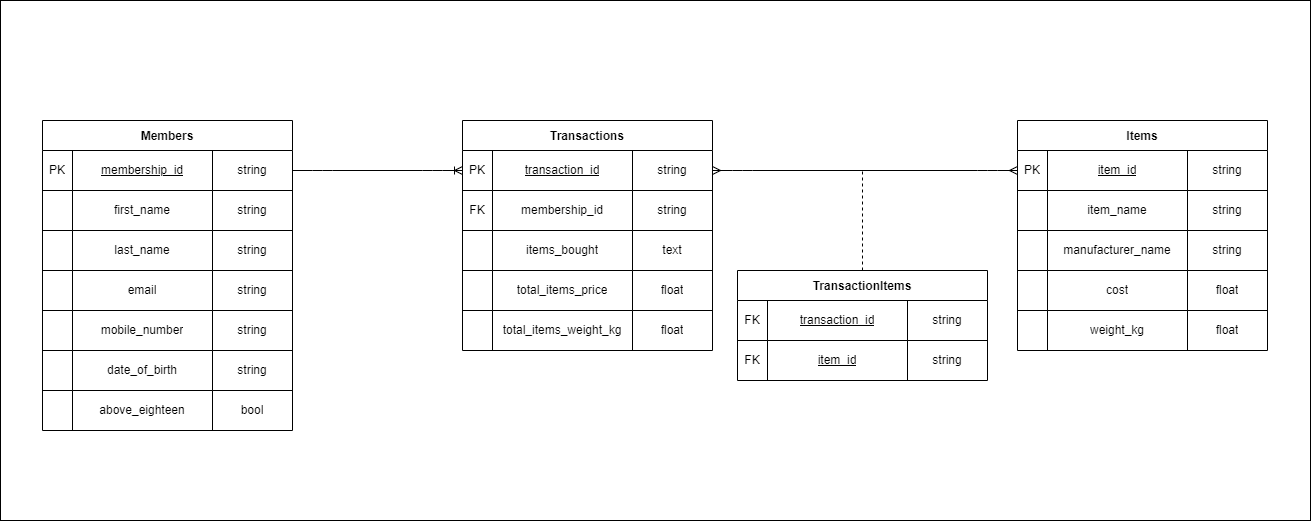
Earlier version of the draw.io export part-2-databases/entity-relationship.png (nixsterchan/govtech-data-engineer-challenge-2023). Source tidied: cells renumbered, new cells last; positions are measured from the earlier drawing's top-left corner, leaving out a move shared by most shapes.
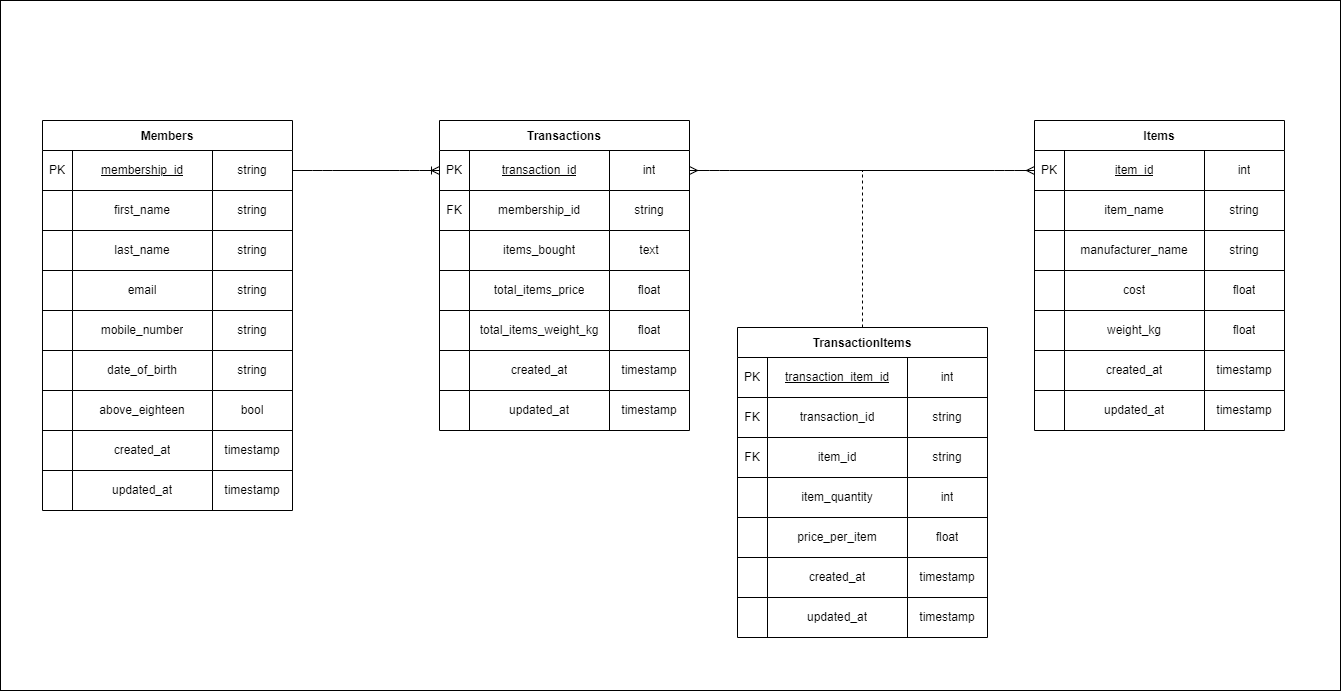
After the commit.

Commit message:
Added in some new fields for TransactionItems table into the architecture diagram.

Diff of the diagram source:
```diff
@@ -3,10 +3,10 @@
     <mxCell id="0" />
     <mxCell id="1" parent="0" />
     <mxCell id="2" style="rounded=0;whiteSpace=wrap;html=1;labelBackgroundColor=#FFFFFF;" parent="1" vertex="1">
-      <mxGeometry width="1310" height="520" as="geometry" />
+      <mxGeometry width="1340" height="690" as="geometry" />
     </mxCell>
     <mxCell id="3" value="Members" style="shape=table;startSize=30;fontStyle=1;align=center;" parent="1" vertex="1">
-      <mxGeometry x="42" y="120" width="250" height="310" as="geometry" />
+      <mxGeometry x="42" y="120" width="250" height="390" as="geometry" />
     </mxCell>
     <mxCell id="4" style="shape=tableRow;horizontal=0;startSize=0;swimlaneHead=0;swimlaneBody=0;top=0;left=0;bottom=0;right=0;fillColor=none;points=[[0,0.5],[1,0.5]];portConstraint=eastwest;" parent="3" vertex="1">
       <mxGeometry y="30" width="250" height="40" as="geometry" />
@@ -92,8 +92,32 @@
     <mxCell id="31" value="bool" style="shape=partialRectangle;html=1;whiteSpace=wrap;fillColor=none;top=0;left=0;bottom=0;right=0;overflow=hidden;" parent="28" vertex="1">
       <mxGeometry x="170" width="80" height="40" as="geometry" />
     </mxCell>
+    <mxCell id="86" style="shape=tableRow;horizontal=0;startSize=0;swimlaneHead=0;swimlaneBody=0;top=0;left=0;bottom=0;right=0;fillColor=none;" parent="3" vertex="1">
+      <mxGeometry y="310" width="250" height="40" as="geometry" />
+    </mxCell>
+    <mxCell id="87" style="shape=partialRectangle;html=1;whiteSpace=wrap;fillColor=none;top=0;left=0;bottom=0;right=0;overflow=hidden;" parent="86" vertex="1">
+      <mxGeometry width="30" height="40" as="geometry" />
+    </mxCell>
+    <mxCell id="88" value="created_at" style="shape=partialRectangle;html=1;whiteSpace=wrap;fillColor=none;top=0;left=0;bottom=0;right=0;overflow=hidden;" parent="86" vertex="1">
+      <mxGeometry x="30" width="140" height="40" as="geometry" />
+    </mxCell>
+    <mxCell id="89" value="timestamp" style="shape=partialRectangle;html=1;whiteSpace=wrap;fillColor=none;top=0;left=0;bottom=0;right=0;overflow=hidden;" parent="86" vertex="1">
+      <mxGeometry x="170" width="80" height="40" as="geometry" />
+    </mxCell>
+    <mxCell id="90" style="shape=tableRow;horizontal=0;startSize=0;swimlaneHead=0;swimlaneBody=0;top=0;left=0;bottom=0;right=0;fillColor=none;" parent="3" vertex="1">
+      <mxGeometry y="350" width="250" height="40" as="geometry" />
+    </mxCell>
+    <mxCell id="91" style="shape=partialRectangle;html=1;whiteSpace=wrap;fillColor=none;top=0;left=0;bottom=0;right=0;overflow=hidden;" parent="90" vertex="1">
+      <mxGeometry width="30" height="40" as="geometry" />
+    </mxCell>
+    <mxCell id="92" value="updated_at" style="shape=partialRectangle;html=1;whiteSpace=wrap;fillColor=none;top=0;left=0;bottom=0;right=0;overflow=hidden;" parent="90" vertex="1">
+      <mxGeometry x="30" width="140" height="40" as="geometry" />
+    </mxCell>
+    <mxCell id="93" value="timestamp" style="shape=partialRectangle;html=1;whiteSpace=wrap;fillColor=none;top=0;left=0;bottom=0;right=0;overflow=hidden;" parent="90" vertex="1">
+      <mxGeometry x="170" width="80" height="40" as="geometry" />
+    </mxCell>
     <mxCell id="32" value="Items" style="shape=table;startSize=30;fontStyle=1;align=center;" parent="1" vertex="1">
-      <mxGeometry x="1017" y="120" width="250" height="230" as="geometry" />
+      <mxGeometry x="1034" y="120" width="250" height="310" as="geometry" />
     </mxCell>
     <mxCell id="33" style="shape=tableRow;horizontal=0;startSize=0;swimlaneHead=0;swimlaneBody=0;top=0;left=0;bottom=0;right=0;fillColor=none;points=[[0,0.5],[1,0.5]];portConstraint=eastwest;" parent="32" vertex="1">
       <mxGeometry y="30" width="250" height="40" as="geometry" />
@@ -104,7 +128,7 @@
     <mxCell id="35" value="&lt;u&gt;item_id&lt;/u&gt;" style="shape=partialRectangle;html=1;whiteSpace=wrap;fillColor=none;top=0;left=0;bottom=0;right=0;overflow=hidden;" parent="33" vertex="1">
       <mxGeometry x="30" width="140" height="40" as="geometry" />
     </mxCell>
-    <mxCell id="36" value="string" style="shape=partialRectangle;html=1;whiteSpace=wrap;fillColor=none;top=0;left=0;bottom=0;right=0;overflow=hidden;" parent="33" vertex="1">
+    <mxCell id="36" value="int" style="shape=partialRectangle;html=1;whiteSpace=wrap;fillColor=none;top=0;left=0;bottom=0;right=0;overflow=hidden;" parent="33" vertex="1">
       <mxGeometry x="170" width="80" height="40" as="geometry" />
     </mxCell>
     <mxCell id="37" style="shape=tableRow;horizontal=0;startSize=0;swimlaneHead=0;swimlaneBody=0;top=0;left=0;bottom=0;right=0;fillColor=none;" parent="32" vertex="1">
@@ -155,8 +179,32 @@
     <mxCell id="52" value="float" style="shape=partialRectangle;html=1;whiteSpace=wrap;fillColor=none;top=0;left=0;bottom=0;right=0;overflow=hidden;" parent="49" vertex="1">
       <mxGeometry x="170" width="80" height="40" as="geometry" />
     </mxCell>
+    <mxCell id="94" style="shape=tableRow;horizontal=0;startSize=0;swimlaneHead=0;swimlaneBody=0;top=0;left=0;bottom=0;right=0;fillColor=none;" parent="32" vertex="1">
+      <mxGeometry y="230" width="250" height="40" as="geometry" />
+    </mxCell>
+    <mxCell id="95" style="shape=partialRectangle;html=1;whiteSpace=wrap;fillColor=none;top=0;left=0;bottom=0;right=0;overflow=hidden;" parent="94" vertex="1">
+      <mxGeometry width="30" height="40" as="geometry" />
+    </mxCell>
+    <mxCell id="96" value="created_at" style="shape=partialRectangle;html=1;whiteSpace=wrap;fillColor=none;top=0;left=0;bottom=0;right=0;overflow=hidden;" parent="94" vertex="1">
+      <mxGeometry x="30" width="140" height="40" as="geometry" />
+    </mxCell>
+    <mxCell id="97" value="timestamp" style="shape=partialRectangle;html=1;whiteSpace=wrap;fillColor=none;top=0;left=0;bottom=0;right=0;overflow=hidden;" parent="94" vertex="1">
+      <mxGeometry x="170" width="80" height="40" as="geometry" />
+    </mxCell>
+    <mxCell id="98" style="shape=tableRow;horizontal=0;startSize=0;swimlaneHead=0;swimlaneBody=0;top=0;left=0;bottom=0;right=0;fillColor=none;" parent="32" vertex="1">
+      <mxGeometry y="270" width="250" height="40" as="geometry" />
+    </mxCell>
+    <mxCell id="99" style="shape=partialRectangle;html=1;whiteSpace=wrap;fillColor=none;top=0;left=0;bottom=0;right=0;overflow=hidden;" parent="98" vertex="1">
+      <mxGeometry width="30" height="40" as="geometry" />
+    </mxCell>
+    <mxCell id="100" value="updated_at" style="shape=partialRectangle;html=1;whiteSpace=wrap;fillColor=none;top=0;left=0;bottom=0;right=0;overflow=hidden;" parent="98" vertex="1">
+      <mxGeometry x="30" width="140" height="40" as="geometry" />
+    </mxCell>
+    <mxCell id="101" value="timestamp" style="shape=partialRectangle;html=1;whiteSpace=wrap;fillColor=none;top=0;left=0;bottom=0;right=0;overflow=hidden;" parent="98" vertex="1">
+      <mxGeometry x="170" width="80" height="40" as="geometry" />
+    </mxCell>
     <mxCell id="53" value="Transactions" style="shape=table;startSize=30;fontStyle=1;align=center;" parent="1" vertex="1">
-      <mxGeometry x="462" y="120" width="250" height="230" as="geometry" />
+      <mxGeometry x="439" y="120" width="250" height="310" as="geometry" />
     </mxCell>
     <mxCell id="54" style="shape=tableRow;horizontal=0;startSize=0;swimlaneHead=0;swimlaneBody=0;top=0;left=0;bottom=0;right=0;fillColor=none;points=[[0,0.5],[1,0.5]];portConstraint=eastwest;" parent="53" vertex="1">
       <mxGeometry y="30" width="250" height="40" as="geometry" />
@@ -167,7 +215,7 @@
     <mxCell id="56" value="&lt;u&gt;transaction_id&lt;/u&gt;" style="shape=partialRectangle;html=1;whiteSpace=wrap;fillColor=none;top=0;left=0;bottom=0;right=0;overflow=hidden;" parent="54" vertex="1">
       <mxGeometry x="30" width="140" height="40" as="geometry" />
     </mxCell>
-    <mxCell id="57" value="string" style="shape=partialRectangle;html=1;whiteSpace=wrap;fillColor=none;top=0;left=0;bottom=0;right=0;overflow=hidden;" parent="54" vertex="1">
+    <mxCell id="57" value="int" style="shape=partialRectangle;html=1;whiteSpace=wrap;fillColor=none;top=0;left=0;bottom=0;right=0;overflow=hidden;" parent="54" vertex="1">
       <mxGeometry x="170" width="80" height="40" as="geometry" />
     </mxCell>
     <mxCell id="58" style="shape=tableRow;horizontal=0;startSize=0;swimlaneHead=0;swimlaneBody=0;top=0;left=0;bottom=0;right=0;fillColor=none;" parent="53" vertex="1">
@@ -218,19 +266,43 @@
     <mxCell id="73" value="float" style="shape=partialRectangle;html=1;whiteSpace=wrap;fillColor=none;top=0;left=0;bottom=0;right=0;overflow=hidden;" parent="70" vertex="1">
       <mxGeometry x="170" width="80" height="40" as="geometry" />
     </mxCell>
+    <mxCell id="102" style="shape=tableRow;horizontal=0;startSize=0;swimlaneHead=0;swimlaneBody=0;top=0;left=0;bottom=0;right=0;fillColor=none;" parent="53" vertex="1">
+      <mxGeometry y="230" width="250" height="40" as="geometry" />
+    </mxCell>
+    <mxCell id="103" style="shape=partialRectangle;html=1;whiteSpace=wrap;fillColor=none;top=0;left=0;bottom=0;right=0;overflow=hidden;" parent="102" vertex="1">
+      <mxGeometry width="30" height="40" as="geometry" />
+    </mxCell>
+    <mxCell id="104" value="created_at" style="shape=partialRectangle;html=1;whiteSpace=wrap;fillColor=none;top=0;left=0;bottom=0;right=0;overflow=hidden;" parent="102" vertex="1">
+      <mxGeometry x="30" width="140" height="40" as="geometry" />
+    </mxCell>
+    <mxCell id="105" value="timestamp" style="shape=partialRectangle;html=1;whiteSpace=wrap;fillColor=none;top=0;left=0;bottom=0;right=0;overflow=hidden;" parent="102" vertex="1">
+      <mxGeometry x="170" width="80" height="40" as="geometry" />
+    </mxCell>
+    <mxCell id="106" style="shape=tableRow;horizontal=0;startSize=0;swimlaneHead=0;swimlaneBody=0;top=0;left=0;bottom=0;right=0;fillColor=none;" parent="53" vertex="1">
+      <mxGeometry y="270" width="250" height="40" as="geometry" />
+    </mxCell>
+    <mxCell id="107" style="shape=partialRectangle;html=1;whiteSpace=wrap;fillColor=none;top=0;left=0;bottom=0;right=0;overflow=hidden;" parent="106" vertex="1">
+      <mxGeometry width="30" height="40" as="geometry" />
+    </mxCell>
+    <mxCell id="108" value="updated_at" style="shape=partialRectangle;html=1;whiteSpace=wrap;fillColor=none;top=0;left=0;bottom=0;right=0;overflow=hidden;" parent="106" vertex="1">
+      <mxGeometry x="30" width="140" height="40" as="geometry" />
+    </mxCell>
+    <mxCell id="109" value="timestamp" style="shape=partialRectangle;html=1;whiteSpace=wrap;fillColor=none;top=0;left=0;bottom=0;right=0;overflow=hidden;" parent="106" vertex="1">
+      <mxGeometry x="170" width="80" height="40" as="geometry" />
+    </mxCell>
     <mxCell id="74" value="TransactionItems" style="shape=table;startSize=30;fontStyle=1;align=center;" parent="1" vertex="1">
-      <mxGeometry x="737" y="270" width="250" height="110" as="geometry" />
+      <mxGeometry x="737" y="327" width="250" height="310" as="geometry" />
     </mxCell>
     <mxCell id="75" style="shape=tableRow;horizontal=0;startSize=0;swimlaneHead=0;swimlaneBody=0;top=0;left=0;bottom=0;right=0;fillColor=none;" parent="74" vertex="1">
       <mxGeometry y="30" width="250" height="40" as="geometry" />
     </mxCell>
-    <mxCell id="76" value="FK" style="shape=partialRectangle;html=1;whiteSpace=wrap;fillColor=none;top=0;left=0;bottom=0;right=0;overflow=hidden;" parent="75" vertex="1">
+    <mxCell id="76" value="PK" style="shape=partialRectangle;html=1;whiteSpace=wrap;fillColor=none;top=0;left=0;bottom=0;right=0;overflow=hidden;" parent="75" vertex="1">
       <mxGeometry width="30" height="40" as="geometry" />
     </mxCell>
-    <mxCell id="77" value="&lt;u&gt;transaction_id&lt;/u&gt;" style="shape=partialRectangle;html=1;whiteSpace=wrap;fillColor=none;top=0;left=0;bottom=0;right=0;overflow=hidden;" parent="75" vertex="1">
+    <mxCell id="77" value="&lt;u&gt;transaction_item_id&lt;/u&gt;" style="shape=partialRectangle;html=1;whiteSpace=wrap;fillColor=none;top=0;left=0;bottom=0;right=0;overflow=hidden;" parent="75" vertex="1">
       <mxGeometry x="30" width="140" height="40" as="geometry" />
     </mxCell>
-    <mxCell id="78" value="string" style="shape=partialRectangle;html=1;whiteSpace=wrap;fillColor=none;top=0;left=0;bottom=0;right=0;overflow=hidden;" parent="75" vertex="1">
+    <mxCell id="78" value="int" style="shape=partialRectangle;html=1;whiteSpace=wrap;fillColor=none;top=0;left=0;bottom=0;right=0;overflow=hidden;" parent="75" vertex="1">
       <mxGeometry x="170" width="80" height="40" as="geometry" />
     </mxCell>
     <mxCell id="79" style="shape=tableRow;horizontal=0;startSize=0;swimlaneHead=0;swimlaneBody=0;top=0;left=0;bottom=0;right=0;fillColor=none;" parent="74" vertex="1">
@@ -239,12 +311,72 @@
     <mxCell id="80" value="FK" style="shape=partialRectangle;html=1;whiteSpace=wrap;fillColor=none;top=0;left=0;bottom=0;right=0;overflow=hidden;" parent="79" vertex="1">
       <mxGeometry width="30" height="40" as="geometry" />
     </mxCell>
-    <mxCell id="81" value="&lt;u&gt;item_id&lt;/u&gt;" style="shape=partialRectangle;html=1;whiteSpace=wrap;fillColor=none;top=0;left=0;bottom=0;right=0;overflow=hidden;" parent="79" vertex="1">
+    <mxCell id="81" value="transaction_id" style="shape=partialRectangle;html=1;whiteSpace=wrap;fillColor=none;top=0;left=0;bottom=0;right=0;overflow=hidden;" parent="79" vertex="1">
       <mxGeometry x="30" width="140" height="40" as="geometry" />
     </mxCell>
     <mxCell id="82" value="string" style="shape=partialRectangle;html=1;whiteSpace=wrap;fillColor=none;top=0;left=0;bottom=0;right=0;overflow=hidden;" parent="79" vertex="1">
       <mxGeometry x="170" width="80" height="40" as="geometry" />
     </mxCell>
+    <mxCell id="110" style="shape=tableRow;horizontal=0;startSize=0;swimlaneHead=0;swimlaneBody=0;top=0;left=0;bottom=0;right=0;fillColor=none;" parent="74" vertex="1">
+      <mxGeometry y="110" width="250" height="40" as="geometry" />
+    </mxCell>
+    <mxCell id="111" value="FK" style="shape=partialRectangle;html=1;whiteSpace=wrap;fillColor=none;top=0;left=0;bottom=0;right=0;overflow=hidden;" parent="110" vertex="1">
+      <mxGeometry width="30" height="40" as="geometry" />
+    </mxCell>
+    <mxCell id="112" value="item_id" style="shape=partialRectangle;html=1;whiteSpace=wrap;fillColor=none;top=0;left=0;bottom=0;right=0;overflow=hidden;" parent="110" vertex="1">
+      <mxGeometry x="30" width="140" height="40" as="geometry" />
+    </mxCell>
+    <mxCell id="113" value="string" style="shape=partialRectangle;html=1;whiteSpace=wrap;fillColor=none;top=0;left=0;bottom=0;right=0;overflow=hidden;" parent="110" vertex="1">
+      <mxGeometry x="170" width="80" height="40" as="geometry" />
+    </mxCell>
+    <mxCell id="114" style="shape=tableRow;horizontal=0;startSize=0;swimlaneHead=0;swimlaneBody=0;top=0;left=0;bottom=0;right=0;fillColor=none;" parent="74" vertex="1">
+      <mxGeometry y="150" width="250" height="40" as="geometry" />
+    </mxCell>
+    <mxCell id="115" style="shape=partialRectangle;html=1;whiteSpace=wrap;fillColor=none;top=0;left=0;bottom=0;right=0;overflow=hidden;" parent="114" vertex="1">
+      <mxGeometry width="30" height="40" as="geometry" />
+    </mxCell>
+    <mxCell id="116" value="item_quantity" style="shape=partialRectangle;html=1;whiteSpace=wrap;fillColor=none;top=0;left=0;bottom=0;right=0;overflow=hidden;" parent="114" vertex="1">
+      <mxGeometry x="30" width="140" height="40" as="geometry" />
+    </mxCell>
+    <mxCell id="117" value="int" style="shape=partialRectangle;html=1;whiteSpace=wrap;fillColor=none;top=0;left=0;bottom=0;right=0;overflow=hidden;" parent="114" vertex="1">
+      <mxGeometry x="170" width="80" height="40" as="geometry" />
+    </mxCell>
+    <mxCell id="118" style="shape=tableRow;horizontal=0;startSize=0;swimlaneHead=0;swimlaneBody=0;top=0;left=0;bottom=0;right=0;fillColor=none;" parent="74" vertex="1">
+      <mxGeometry y="190" width="250" height="40" as="geometry" />
+    </mxCell>
+    <mxCell id="119" style="shape=partialRectangle;html=1;whiteSpace=wrap;fillColor=none;top=0;left=0;bottom=0;right=0;overflow=hidden;" parent="118" vertex="1">
+      <mxGeometry width="30" height="40" as="geometry" />
+    </mxCell>
+    <mxCell id="120" value="price_per_item" style="shape=partialRectangle;html=1;whiteSpace=wrap;fillColor=none;top=0;left=0;bottom=0;right=0;overflow=hidden;" parent="118" vertex="1">
+      <mxGeometry x="30" width="140" height="40" as="geometry" />
+    </mxCell>
+    <mxCell id="121" value="float" style="shape=partialRectangle;html=1;whiteSpace=wrap;fillColor=none;top=0;left=0;bottom=0;right=0;overflow=hidden;" parent="118" vertex="1">
+      <mxGeometry x="170" width="80" height="40" as="geometry" />
+    </mxCell>
+    <mxCell id="122" style="shape=tableRow;horizontal=0;startSize=0;swimlaneHead=0;swimlaneBody=0;top=0;left=0;bottom=0;right=0;fillColor=none;" parent="74" vertex="1">
+      <mxGeometry y="230" width="250" height="40" as="geometry" />
+    </mxCell>
+    <mxCell id="123" style="shape=partialRectangle;html=1;whiteSpace=wrap;fillColor=none;top=0;left=0;bottom=0;right=0;overflow=hidden;" parent="122" vertex="1">
+      <mxGeometry width="30" height="40" as="geometry" />
+    </mxCell>
+    <mxCell id="124" value="created_at" style="shape=partialRectangle;html=1;whiteSpace=wrap;fillColor=none;top=0;left=0;bottom=0;right=0;overflow=hidden;" parent="122" vertex="1">
+      <mxGeometry x="30" width="140" height="40" as="geometry" />
+    </mxCell>
+    <mxCell id="125" value="timestamp" style="shape=partialRectangle;html=1;whiteSpace=wrap;fillColor=none;top=0;left=0;bottom=0;right=0;overflow=hidden;" parent="122" vertex="1">
+      <mxGeometry x="170" width="80" height="40" as="geometry" />
+    </mxCell>
+    <mxCell id="126" style="shape=tableRow;horizontal=0;startSize=0;swimlaneHead=0;swimlaneBody=0;top=0;left=0;bottom=0;right=0;fillColor=none;" parent="74" vertex="1">
+      <mxGeometry y="270" width="250" height="40" as="geometry" />
+    </mxCell>
+    <mxCell id="127" style="shape=partialRectangle;html=1;whiteSpace=wrap;fillColor=none;top=0;left=0;bottom=0;right=0;overflow=hidden;" parent="126" vertex="1">
+      <mxGeometry width="30" height="40" as="geometry" />
+    </mxCell>
+    <mxCell id="128" value="updated_at" style="shape=partialRectangle;html=1;whiteSpace=wrap;fillColor=none;top=0;left=0;bottom=0;right=0;overflow=hidden;" parent="126" vertex="1">
+      <mxGeometry x="30" width="140" height="40" as="geometry" />
+    </mxCell>
+    <mxCell id="129" value="timestamp" style="shape=partialRectangle;html=1;whiteSpace=wrap;fillColor=none;top=0;left=0;bottom=0;right=0;overflow=hidden;" parent="126" vertex="1">
+      <mxGeometry x="170" width="80" height="40" as="geometry" />
+    </mxCell>
     <mxCell id="83" style="edgeStyle=entityRelationEdgeStyle;fontSize=12;html=1;endArrow=ERoneToMany;exitX=1;exitY=0.5;exitDx=0;exitDy=0;entryX=0;entryY=0.5;entryDx=0;entryDy=0;" parent="1" edge="1" source="4" target="54">
       <mxGeometry relative="1" as="geometry" />
     </mxCell>
```
